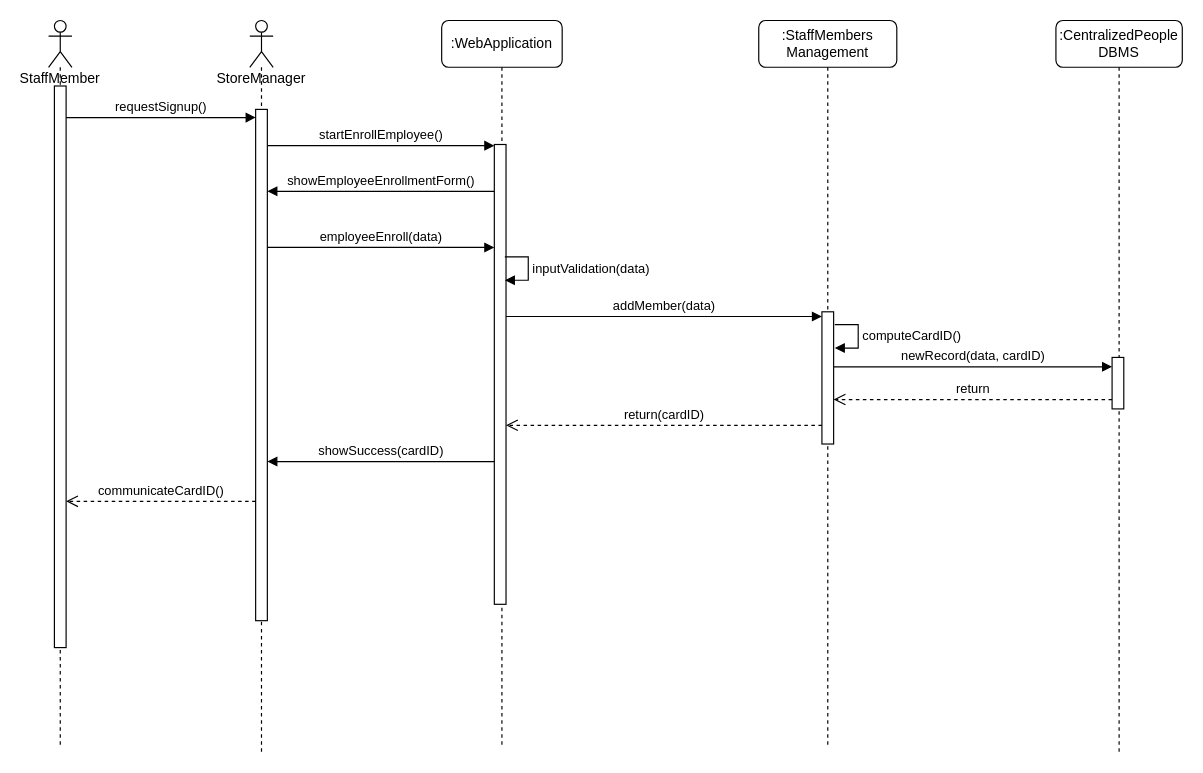
Above: Diagrams/Sequence/sequence_staff_enroll.drawio in pollo-fritto/PozziNeroniVetere (draw.io), before the change. Source tidied: cells renumbered, new cells numbered last; positions are measured from the earlier drawing's top-left corner, leaving out a move shared by most shapes. Both pictures are drawn from the tidied source at 117%, with x=0, y=0 at pixel (48, 20).
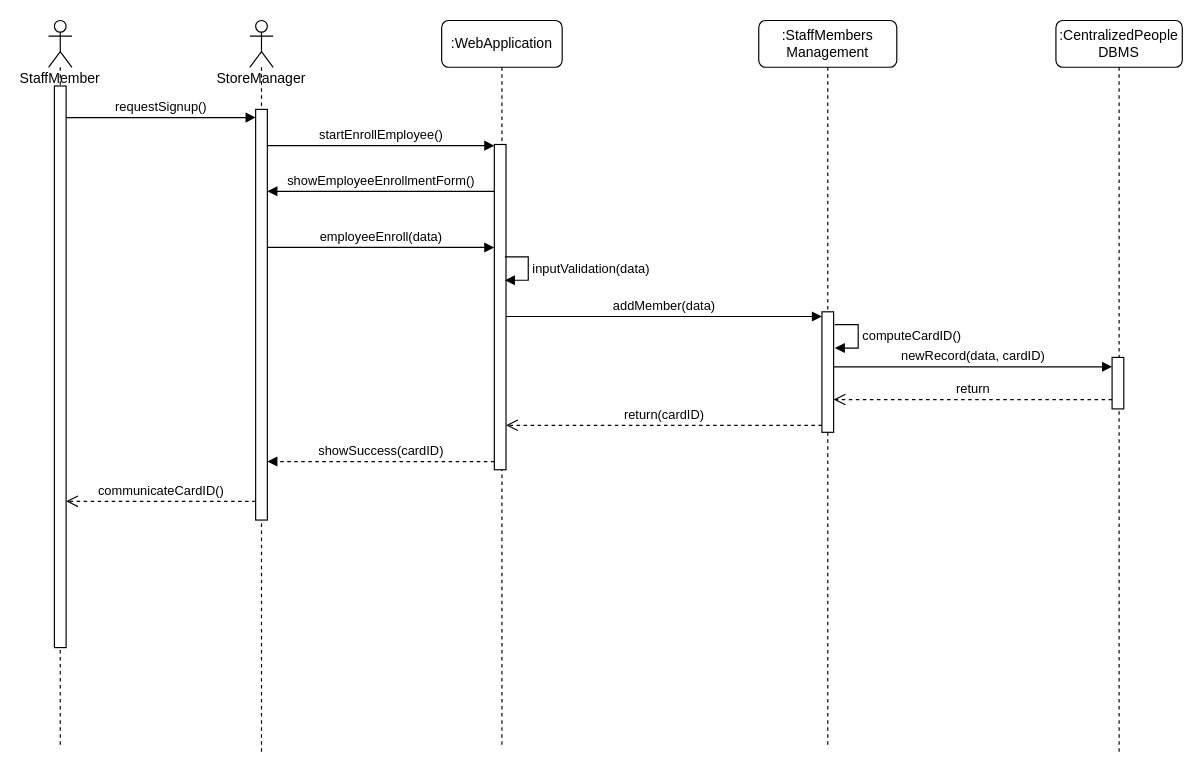
Above is the later version.

The change refers to these unchanged cells:
```xml
<mxCell id="2" value=":WebApplication" style="shape=umlLifeline;perimeter=lifelinePerimeter;whiteSpace=wrap;html=1;rounded=1;shadow=0;comic=0;labelBackgroundColor=none;strokeWidth=1;fontFamily=Helvetica;fontSize=12;align=center;" parent="1" vertex="1">
  <mxGeometry x="336" width="103" height="620" as="geometry" />
</mxCell>
<mxCell id="4" value=":StaffMembers&lt;br&gt;Management" style="shape=umlLifeline;perimeter=lifelinePerimeter;whiteSpace=wrap;html=1;rounded=1;shadow=0;glass=0;sketch=0;" parent="1" vertex="1">
  <mxGeometry x="607" width="118" height="620" as="geometry" />
</mxCell>
<mxCell id="11" value="StoreManager" style="shape=umlLifeline;participant=umlActor;perimeter=lifelinePerimeter;whiteSpace=wrap;html=1;verticalAlign=top;spacingTop=36;" parent="1" vertex="1">
  <mxGeometry x="172" width="20" height="625" as="geometry" />
</mxCell>
```

The edit, as a diff of the source:
```diff
@@
     <mxCell id="3" style="html=1;points=[];perimeter=orthogonalPerimeter;rounded=0;shadow=0;comic=0;labelBackgroundColor=none;strokeWidth=1;fontFamily=Verdana;fontSize=12;align=center;" parent="2" vertex="1">
-      <mxGeometry x="45" y="106" width="10" height="393" as="geometry" />
+      <mxGeometry x="45" y="106" width="10" height="278" as="geometry" />
     </mxCell>
@@
     <mxCell id="5" style="html=1;points=[];perimeter=orthogonalPerimeter;" parent="4" vertex="1">
-      <mxGeometry x="54" y="249" width="10" height="113" as="geometry" />
+      <mxGeometry x="54" y="249" width="10" height="103" as="geometry" />
     </mxCell>
@@
-    <mxCell id="9" value="showSuccess(cardID)" style="html=1;verticalAlign=bottom;endArrow=block;" parent="1" edge="1" source="3" target="12">
+    <mxCell id="9" value="showSuccess(cardID)" style="html=1;verticalAlign=bottom;endArrow=block;dashed=1;" parent="1" edge="1" source="3" target="12">
       <mxGeometry relative="1" as="geometry">
         <Array as="points">
           <mxPoint x="294" y="377" />
         </Array>
       </mxGeometry>
     </mxCell>
@@
     <mxCell id="12" style="html=1;points=[];perimeter=orthogonalPerimeter;" parent="11" vertex="1">
-      <mxGeometry x="5" y="76" width="10" height="437" as="geometry" />
+      <mxGeometry x="5" y="76" width="10" height="351" as="geometry" />
     </mxCell>
```
